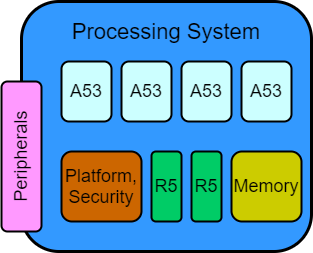
Above: notebooks/rfsoc_introduction/images/PS_Diagram.png in strath-sdr/rfsoc_studio (draw.io), before the change. Source tidied: cells renumbered, new cells last; positions are measured from the earlier drawing's top-left corner, leaving out a move shared by most shapes.
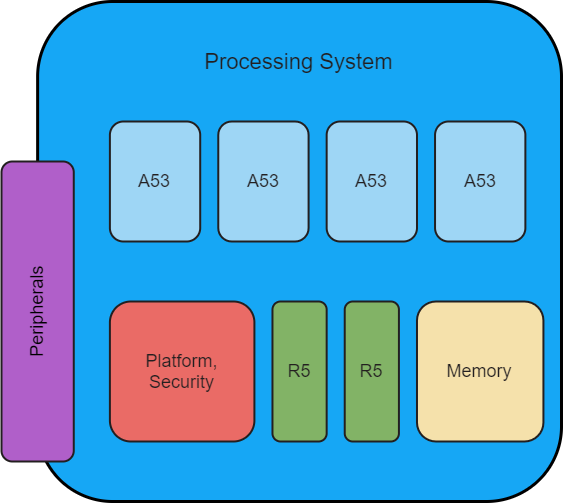
Above is the later version.

Change to the diagram source:
```diff
@@ -2,41 +2,41 @@
   <root>
     <mxCell id="0" />
     <mxCell id="1" parent="0" />
-    <mxCell id="2" style="rounded=1;whiteSpace=wrap;html=1;fillColor=#3399FF;strokeWidth=3;" parent="1" vertex="1">
-      <mxGeometry x="20" width="290" height="250" as="geometry" />
+    <mxCell id="2" style="rounded=1;whiteSpace=wrap;html=1;strokeWidth=3;fillColor=#16A7F5;" parent="1" vertex="1">
+      <mxGeometry x="171.1" y="-186" width="523.9" height="500" as="geometry" />
     </mxCell>
-    <mxCell id="3" style="rounded=1;whiteSpace=wrap;html=1;strokeWidth=2;fillColor=#FF99FF;" parent="1" vertex="1">
-      <mxGeometry y="80" width="40" height="150" as="geometry" />
+    <mxCell id="3" style="rounded=1;whiteSpace=wrap;html=1;strokeWidth=2;fillColor=#B05FC9;fontColor=#231F20;strokeColor=#231F20;" parent="1" vertex="1">
+      <mxGeometry x="135" y="-26" width="72.3" height="300" as="geometry" />
     </mxCell>
-    <mxCell id="4" value="&lt;font style=&quot;font-size: 18px&quot;&gt;A53&lt;/font&gt;" style="rounded=1;whiteSpace=wrap;html=1;strokeWidth=2;fillColor=#CCFFFF;" parent="1" vertex="1">
-      <mxGeometry x="60" y="60" width="50" height="60" as="geometry" />
+    <mxCell id="4" value="&lt;font style=&quot;font-size: 18px&quot;&gt;A53&lt;/font&gt;" style="rounded=1;whiteSpace=wrap;html=1;strokeWidth=2;fillColor=#9ED6F5;fontColor=#231F20;strokeColor=#231F20;" parent="1" vertex="1">
+      <mxGeometry x="243.4" y="-66" width="90.3" height="120" as="geometry" />
     </mxCell>
-    <mxCell id="5" value="&lt;font style=&quot;font-size: 18px&quot;&gt;A53&lt;/font&gt;" style="rounded=1;whiteSpace=wrap;html=1;strokeWidth=2;fillColor=#CCFFFF;" parent="1" vertex="1">
-      <mxGeometry x="120" y="60" width="50" height="60" as="geometry" />
+    <mxCell id="5" value="&lt;font style=&quot;font-size: 18px&quot;&gt;A53&lt;/font&gt;" style="rounded=1;whiteSpace=wrap;html=1;strokeWidth=2;fillColor=#9ED6F5;strokeColor=#231F20;fontColor=#231F20;" parent="1" vertex="1">
+      <mxGeometry x="351.8" y="-66" width="90.3" height="120" as="geometry" />
     </mxCell>
-    <mxCell id="6" value="&lt;font style=&quot;font-size: 18px&quot;&gt;A53&lt;/font&gt;" style="rounded=1;whiteSpace=wrap;html=1;strokeWidth=2;fillColor=#CCFFFF;" parent="1" vertex="1">
-      <mxGeometry x="180" y="60" width="50" height="60" as="geometry" />
+    <mxCell id="6" value="&lt;font style=&quot;font-size: 18px&quot;&gt;A53&lt;/font&gt;" style="rounded=1;whiteSpace=wrap;html=1;strokeWidth=2;fillColor=#9ED6F5;fontColor=#231F20;strokeColor=#231F20;" parent="1" vertex="1">
+      <mxGeometry x="460.2" y="-66" width="90.3" height="120" as="geometry" />
     </mxCell>
-    <mxCell id="7" value="&lt;font style=&quot;font-size: 18px&quot;&gt;A53&lt;/font&gt;" style="rounded=1;whiteSpace=wrap;html=1;strokeWidth=2;fillColor=#CCFFFF;" parent="1" vertex="1">
-      <mxGeometry x="240" y="60" width="50" height="60" as="geometry" />
+    <mxCell id="7" value="&lt;font style=&quot;font-size: 18px&quot;&gt;A53&lt;/font&gt;" style="rounded=1;whiteSpace=wrap;html=1;strokeWidth=2;fillColor=#9ED6F5;strokeColor=#231F20;fontColor=#231F20;" parent="1" vertex="1">
+      <mxGeometry x="568.5" y="-66" width="90.3" height="120" as="geometry" />
     </mxCell>
-    <mxCell id="8" value="&lt;font style=&quot;font-size: 18px&quot;&gt;Platform,&lt;br&gt;Security&lt;/font&gt;" style="rounded=1;whiteSpace=wrap;html=1;strokeWidth=2;fillColor=#CC6600;" parent="1" vertex="1">
-      <mxGeometry x="60" y="150" width="80" height="70" as="geometry" />
+    <mxCell id="8" value="&lt;font style=&quot;font-size: 18px&quot;&gt;Platform,&lt;br&gt;Security&lt;/font&gt;" style="rounded=1;whiteSpace=wrap;html=1;strokeWidth=2;fillColor=#EA6B66;fontColor=#231F20;strokeColor=#231F20;" parent="1" vertex="1">
+      <mxGeometry x="243.4" y="114" width="144.5" height="140" as="geometry" />
     </mxCell>
-    <mxCell id="9" value="&lt;font style=&quot;font-size: 18px&quot;&gt;R5&lt;/font&gt;" style="rounded=1;whiteSpace=wrap;html=1;strokeWidth=2;fillColor=#00CC66;" parent="1" vertex="1">
-      <mxGeometry x="150" y="150" width="30" height="70" as="geometry" />
+    <mxCell id="9" value="&lt;font style=&quot;font-size: 18px&quot;&gt;R5&lt;/font&gt;" style="rounded=1;whiteSpace=wrap;html=1;strokeWidth=2;fillColor=#82B366;strokeColor=#231F20;fontColor=#231F20;" parent="1" vertex="1">
+      <mxGeometry x="406" y="114" width="54.2" height="140" as="geometry" />
     </mxCell>
-    <mxCell id="10" value="&lt;font style=&quot;font-size: 18px&quot;&gt;R5&lt;/font&gt;" style="rounded=1;whiteSpace=wrap;html=1;strokeWidth=2;fillColor=#00CC66;" parent="1" vertex="1">
-      <mxGeometry x="190" y="150" width="30" height="70" as="geometry" />
+    <mxCell id="10" value="&lt;font style=&quot;font-size: 18px&quot;&gt;R5&lt;/font&gt;" style="rounded=1;whiteSpace=wrap;html=1;strokeWidth=2;fillColor=#82B366;fontColor=#231F20;strokeColor=#231F20;" parent="1" vertex="1">
+      <mxGeometry x="478.2" y="114" width="54.2" height="140" as="geometry" />
     </mxCell>
-    <mxCell id="11" value="&lt;font style=&quot;font-size: 18px&quot;&gt;Memory&lt;/font&gt;" style="rounded=1;whiteSpace=wrap;html=1;strokeWidth=2;fillColor=#CCCC00;" parent="1" vertex="1">
-      <mxGeometry x="230" y="150" width="70" height="70" as="geometry" />
+    <mxCell id="11" value="&lt;font style=&quot;font-size: 18px&quot;&gt;Memory&lt;/font&gt;" style="rounded=1;whiteSpace=wrap;html=1;strokeWidth=2;fillColor=#F5E1AB;strokeColor=#231F20;fontColor=#231F20;" parent="1" vertex="1">
+      <mxGeometry x="550.5" y="114" width="126.5" height="140" as="geometry" />
     </mxCell>
-    <mxCell id="12" value="&lt;font style=&quot;font-size: 22px&quot;&gt;Processing System&lt;/font&gt;" style="text;html=1;strokeColor=none;fillColor=none;align=center;verticalAlign=middle;whiteSpace=wrap;rounded=0;" parent="1" vertex="1">
-      <mxGeometry x="65" y="20" width="200" height="20" as="geometry" />
+    <mxCell id="12" value="&lt;font style=&quot;font-size: 22px&quot;&gt;Processing System&lt;/font&gt;" style="text;html=1;strokeColor=none;fillColor=none;align=center;verticalAlign=middle;whiteSpace=wrap;rounded=0;fontColor=#231F20;" parent="1" vertex="1">
+      <mxGeometry x="252.4" y="-146" width="361.3" height="40" as="geometry" />
     </mxCell>
     <mxCell id="13" value="&lt;font style=&quot;font-size: 18px&quot;&gt;Peripherals&lt;/font&gt;" style="text;html=1;strokeColor=none;fillColor=none;align=center;verticalAlign=middle;whiteSpace=wrap;rounded=0;rotation=-90;" parent="1" vertex="1">
-      <mxGeometry y="145" width="40" height="20" as="geometry" />
+      <mxGeometry x="135" y="104" width="72.3" height="40" as="geometry" />
     </mxCell>
   </root>
 </mxGraphModel>
```
